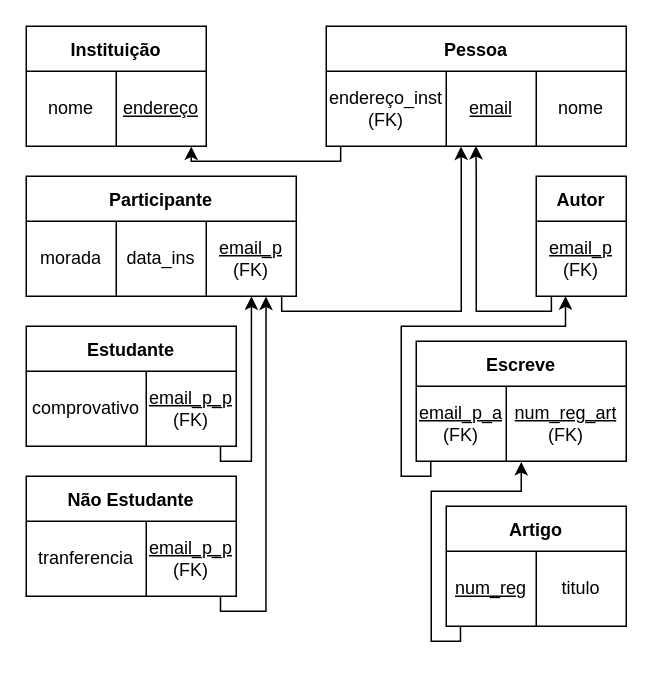
Above: page "3.3_2.3" (5 of 6) of P/P03/P03.drawio in RafaelCurado/BD-1 (draw.io), before the change. Source tidied: cells renumbered, new cells numbered last; positions are measured from the earlier drawing's top-left corner, leaving out a move shared by most shapes. Both pictures are drawn from the tidied source at 150%, with x=0, y=0 at pixel (26, 26).
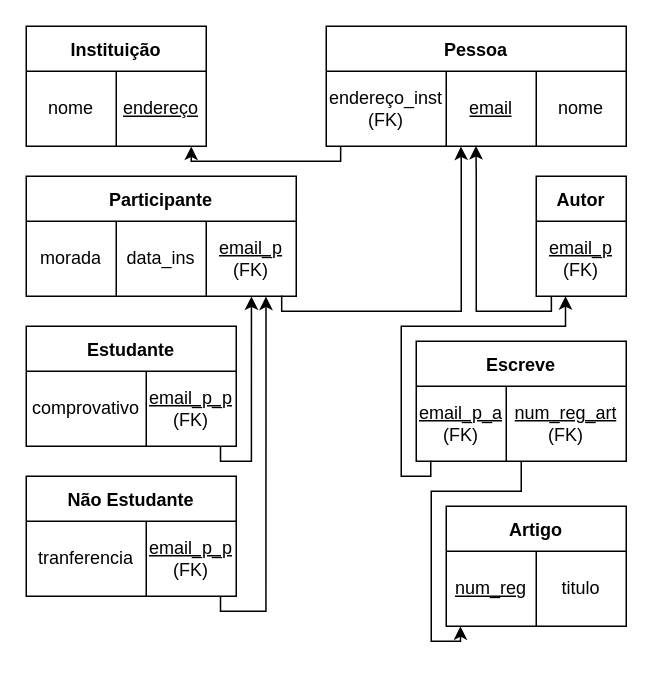
The same diagram, later.

Unchanged cells that the change refers to:
```xml
<mxCell id="16" style="shape=tableRow;horizontal=0;startSize=0;swimlaneHead=0;swimlaneBody=0;top=0;left=0;bottom=0;right=0;fillColor=none;points=[[0,0.5],[1,0.5]];portConstraint=eastwest;" parent="15" vertex="1">
  <mxGeometry y="30" width="140" height="50" as="geometry" />
</mxCell>
<mxCell id="22" style="shape=tableRow;horizontal=0;startSize=0;swimlaneHead=0;swimlaneBody=0;top=0;left=0;bottom=0;right=0;fillColor=none;points=[[0,0.5],[1,0.5]];portConstraint=eastwest;" parent="21" vertex="1">
  <mxGeometry y="30" width="120" height="50" as="geometry" />
</mxCell>
```

Diff of the diagram source:
```diff
@@
-    <mxCell id="25" style="endArrow=classic;html=1;rounded=0;edgeStyle=orthogonalEdgeStyle;exitX=0.079;exitY=1.001;exitDx=0;exitDy=0;exitPerimeter=0;entryX=0.5;entryY=1.009;entryDx=0;entryDy=0;entryPerimeter=0;" parent="1" edge="1" source="22" target="16">
+    <mxCell id="25" style="endArrow=none;html=1;rounded=0;edgeStyle=orthogonalEdgeStyle;exitX=0.079;exitY=1.001;exitDx=0;exitDy=0;exitPerimeter=0;entryX=0.5;entryY=1.009;entryDx=0;entryDy=0;entryPerimeter=0;endFill=0;startArrow=classic;startFill=1;" parent="1" edge="1" source="22" target="16">
       <mxGeometry relative="1" as="geometry">
         <Array as="points">
           <mxPoint x="290" y="410" />
           <mxPoint x="270" y="410" />
           <mxPoint x="270" y="310" />
           <mxPoint x="330" y="310" />
         </Array>
       </mxGeometry>
     </mxCell>
```
